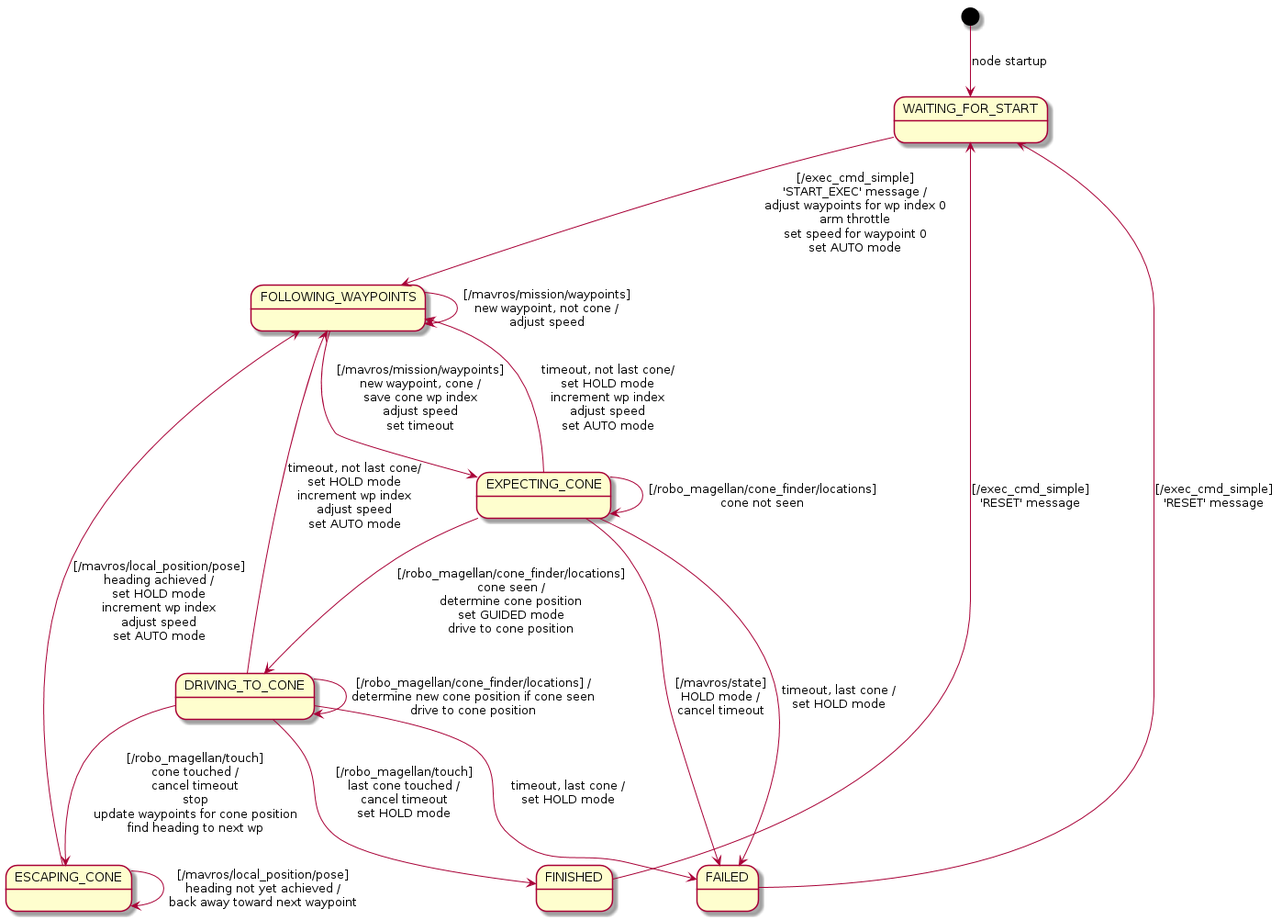
Above: doc/state-diagram.png in ProgrammingRobotsStudyGroup/robo_magellan (PlantUML), before the change.
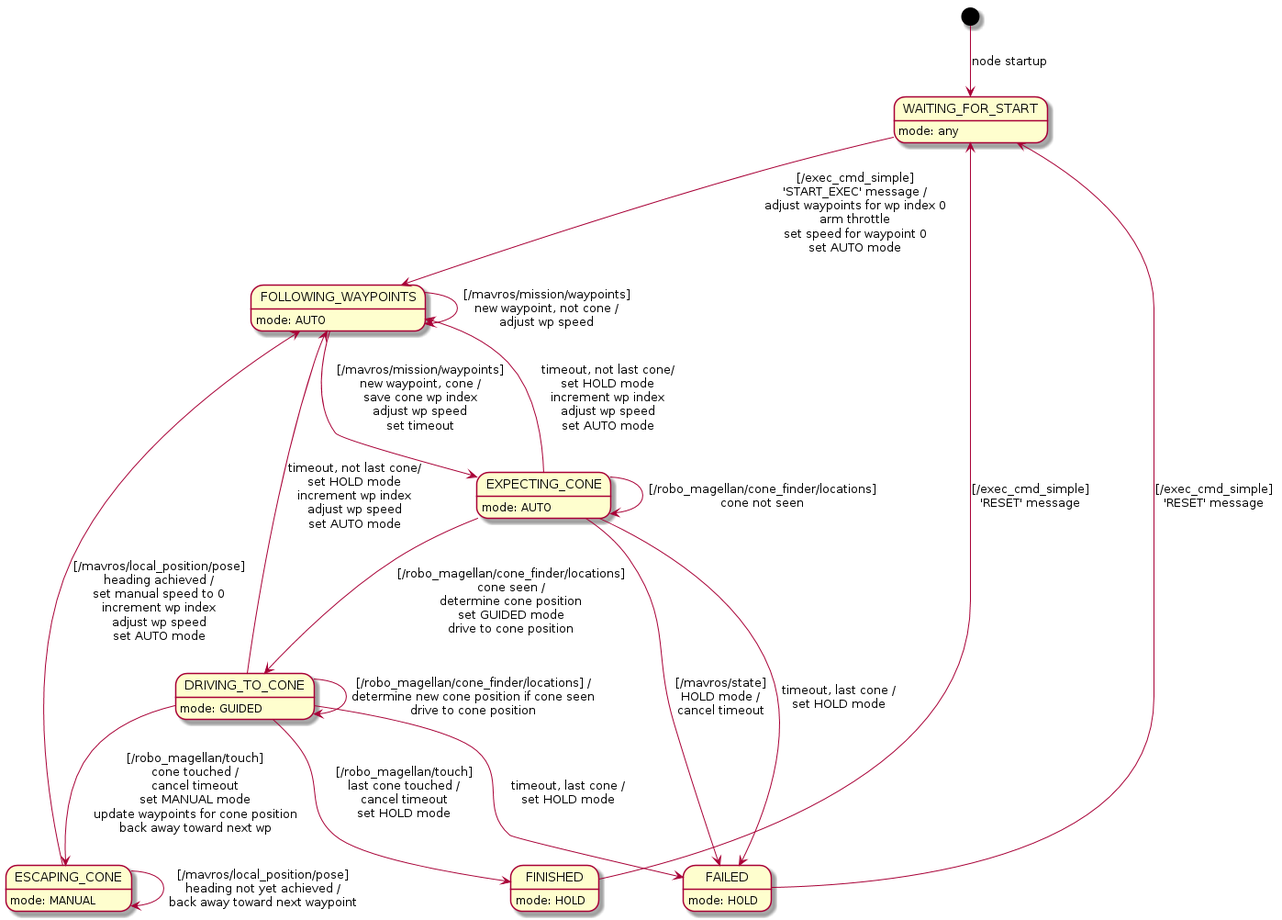
After the change.

Commit message:
Use MANUAL mode when backing away from cone

The edit, as a diff of the source:
```diff
@@ -3,34 +3,41 @@
 [*] --> waitingForStart : node startup
 
 state "WAITING_FOR_START" as waitingForStart
+waitingForStart : mode: any
 waitingForStart --> followingWaypoints : [/exec_cmd_simple]\n'START_EXEC' message /\nadjust waypoints for wp index 0\narm throttle\nset speed for waypoint 0\nset AUTO mode
 
 state "FOLLOWING_WAYPOINTS" as followingWaypoints
-followingWaypoints --> followingWaypoints : [/mavros/mission/waypoints]\nnew waypoint, not cone /\nadjust speed
-followingWaypoints --> expectingCone : [/mavros/mission/waypoints]\nnew waypoint, cone /\nsave cone wp index\nadjust speed\nset timeout
+followingWaypoints: mode: AUTO
+followingWaypoints --> followingWaypoints : [/mavros/mission/waypoints]\nnew waypoint, not cone /\nadjust wp speed
+followingWaypoints --> expectingCone : [/mavros/mission/waypoints]\nnew waypoint, cone /\nsave cone wp index\nadjust wp speed\nset timeout
 
 state "EXPECTING_CONE" as expectingCone
+expectingCone: mode: AUTO
 expectingCone --> expectingCone : [/robo_magellan/cone_finder/locations]\ncone not seen
-expectingCone --> followingWaypoints : timeout, not last cone/\nset HOLD mode\nincrement wp index\nadjust speed\nset AUTO mode
+expectingCone --> followingWaypoints : timeout, not last cone/\nset HOLD mode\nincrement wp index\nadjust wp speed\nset AUTO mode
 expectingCone --> drivingToCone : [/robo_magellan/cone_finder/locations]\ncone seen /\ndetermine cone position\nset GUIDED mode\ndrive to cone position
 expectingCone --> failed : [/mavros/state]\nHOLD mode /\ncancel timeout
 expectingCone --> failed : timeout, last cone /\nset HOLD mode
 
 state "DRIVING_TO_CONE" as drivingToCone
+drivingToCone: mode: GUIDED
 drivingToCone --> drivingToCone : [/robo_magellan/cone_finder/locations] /\ndetermine new cone position if cone seen\ndrive to cone position
-drivingToCone --> followingWaypoints : timeout, not last cone/\nset HOLD mode\nincrement wp index\nadjust speed\nset AUTO mode
-drivingToCone --> escapingCone : [/robo_magellan/touch]\ncone touched /\ncancel timeout\nstop\nupdate waypoints for cone position\nfind heading to next wp
+drivingToCone --> followingWaypoints : timeout, not last cone/\nset HOLD mode\nincrement wp index\nadjust wp speed\nset AUTO mode
+drivingToCone --> escapingCone : [/robo_magellan/touch]\ncone touched /\ncancel timeout\nset MANUAL mode\nupdate waypoints for cone position\nback away toward next wp
 drivingToCone --> failed : timeout, last cone /\nset HOLD mode
 drivingToCone --> finished : [/robo_magellan/touch]\nlast cone touched /\ncancel timeout\nset HOLD mode
 
 state "ESCAPING_CONE" as escapingCone
+escapingCone: mode: MANUAL
 escapingCone --> escapingCone : [/mavros/local_position/pose]\nheading not yet achieved /\nback away toward next waypoint
-escapingCone --> followingWaypoints : [/mavros/local_position/pose]\nheading achieved /\nset HOLD mode\nincrement wp index\nadjust speed\nset AUTO mode
+escapingCone --> followingWaypoints : [/mavros/local_position/pose]\nheading achieved /\nset manual speed to 0\nincrement wp index\nadjust wp speed\nset AUTO mode
 
 state "FINISHED" as finished
+finished: mode: HOLD
 finished --> waitingForStart : [/exec_cmd_simple]\n'RESET' message
 
 state "FAILED" as failed
+failed: mode: HOLD
 failed --> waitingForStart : [/exec_cmd_simple]\n'RESET' message
 
 @enduml
```
